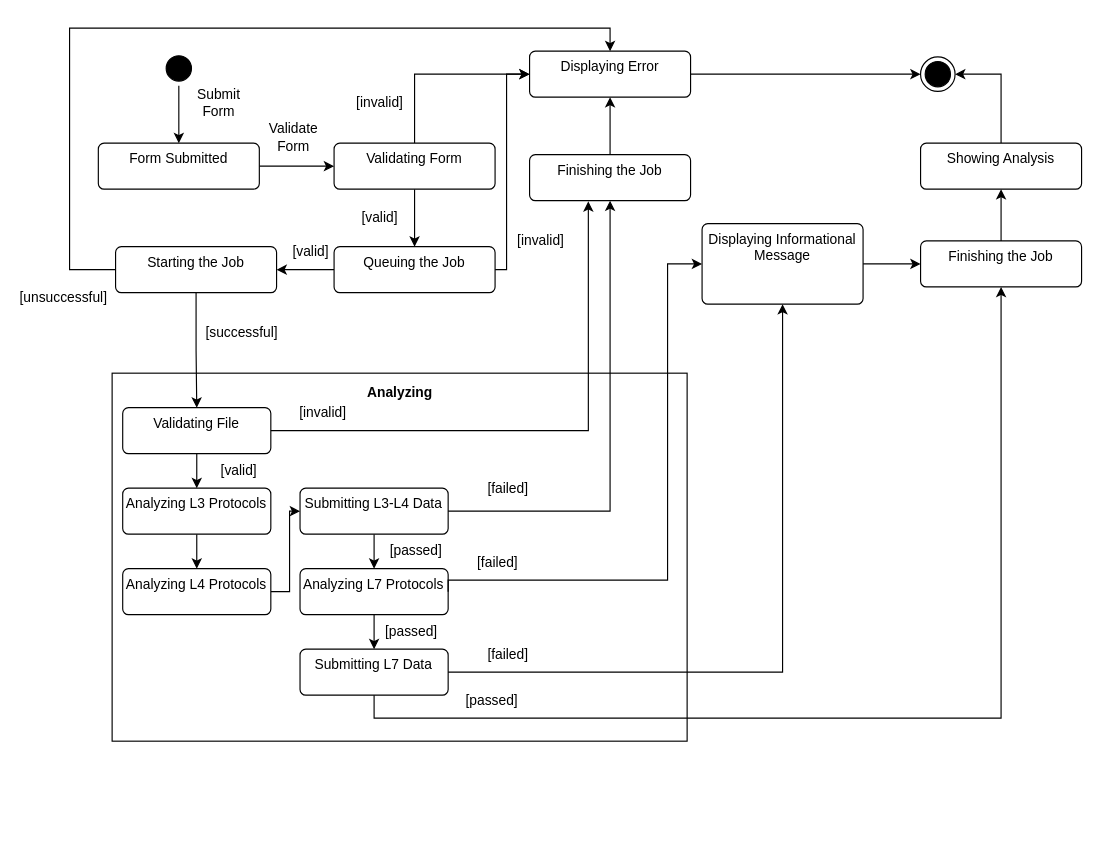
The draw.io diagram doc/WebShark_state_machine.drawio in Zabuelis/WebShark, before the edit. Source tidied: cells renumbered, new cells numbered last; positions are measured from the earlier drawing's top-left corner, leaving out a move shared by most shapes. Both pictures are drawn from the tidied source at 115%, with x=0, y=0 at pixel (29, 28).
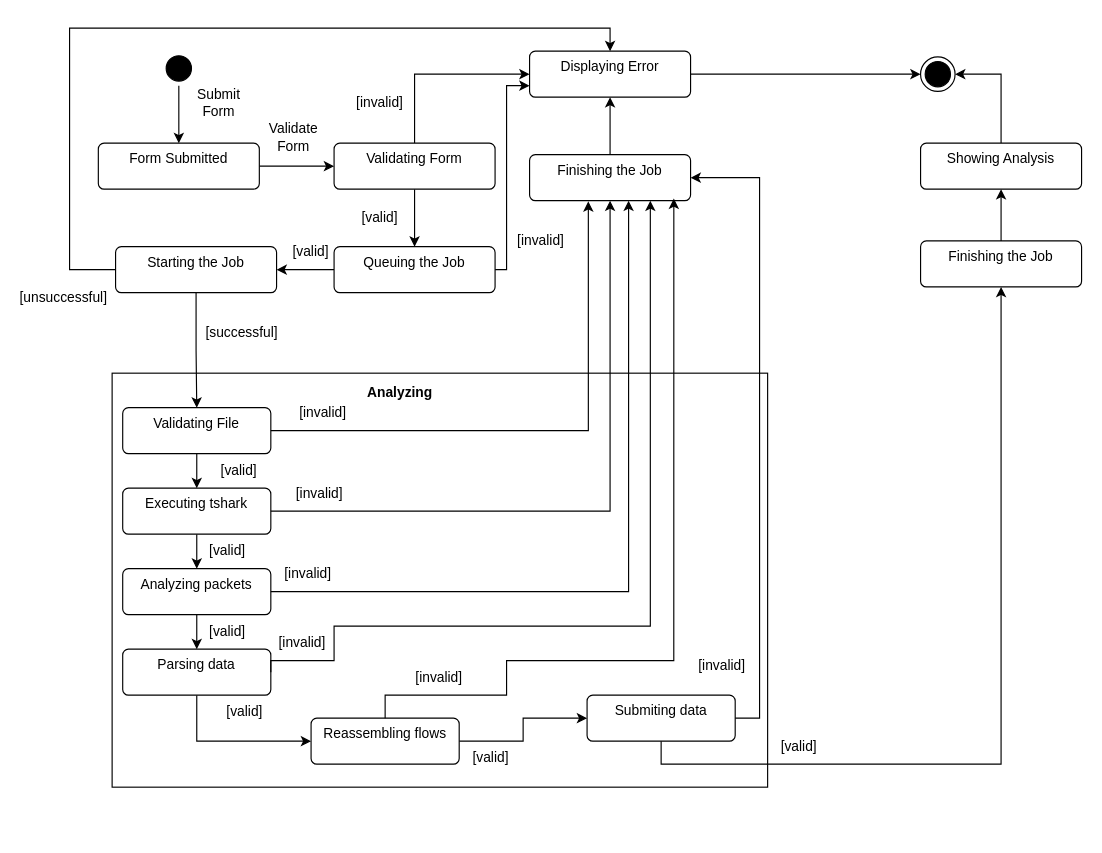
Above is the later version.

Commit message (it also covers changes not shown here):
Update state_machine to display flow reassembly

The change refers to these unchanged cells:
```xml
<mxCell id="10" value="Displaying Error" style="html=1;align=center;verticalAlign=top;rounded=1;absoluteArcSize=1;arcSize=10;dashed=0;whiteSpace=wrap;" parent="1" vertex="1">
  <mxGeometry x="435" y="20" width="140" height="40" as="geometry" />
</mxCell>
<mxCell id="13" style="group;" parent="1" vertex="1">
  <mxGeometry x="72" y="300" width="690" height="400" as="geometry" />
</mxCell>
<mxCell id="51" value="Finishing the Job" style="html=1;align=center;verticalAlign=top;rounded=1;absoluteArcSize=1;arcSize=10;dashed=0;whiteSpace=wrap;" parent="1" vertex="1">
  <mxGeometry x="775" y="185" width="140" height="40" as="geometry" />
</mxCell>
<mxCell id="55" value="Finishing the Job" style="html=1;align=center;verticalAlign=top;rounded=1;absoluteArcSize=1;arcSize=10;dashed=0;whiteSpace=wrap;" parent="1" vertex="1">
  <mxGeometry x="435" y="110" width="140" height="40" as="geometry" />
</mxCell>
<mxCell id="58" value="Queuing the Job" style="html=1;align=center;verticalAlign=top;rounded=1;absoluteArcSize=1;arcSize=10;dashed=0;whiteSpace=wrap;" parent="1" vertex="1">
  <mxGeometry x="265" y="190" width="140" height="40" as="geometry" />
</mxCell>
```

Diff of the diagram source:
```diff
@@
     <mxCell id="14" style="rounded=0;whiteSpace=wrap;html=1;" parent="13" vertex="1">
-      <mxGeometry width="500" height="320" as="geometry" />
+      <mxGeometry width="570" height="360" as="geometry" />
     </mxCell>
@@
-    <mxCell id="20" value="Analyzing L3 Protocols" style="html=1;align=center;verticalAlign=top;rounded=1;absoluteArcSize=1;arcSize=10;dashed=0;whiteSpace=wrap;" parent="13" vertex="1">
+    <mxCell id="20" value="Executing tshark" style="html=1;align=center;verticalAlign=top;rounded=1;absoluteArcSize=1;arcSize=10;dashed=0;whiteSpace=wrap;" parent="13" vertex="1">
       <mxGeometry x="9.2" y="100" width="128.8" height="40" as="geometry" />
     </mxCell>
@@
-    <mxCell id="22" style="edgeStyle=orthogonalEdgeStyle;rounded=0;jettySize=auto;html=1;exitX=1;exitY=0.5;exitDx=0;exitDy=0;entryX=0;entryY=0.5;entryDx=0;entryDy=0;" parent="13" edge="1" source="23" target="25">
-      <mxGeometry relative="1" as="geometry">
-        <Array as="points">
-          <mxPoint x="154.3" y="189.5" />
-          <mxPoint x="154.3" y="120" />
-        </Array>
-      </mxGeometry>
+    <mxCell id="22" style="edgeStyle=orthogonalEdgeStyle;rounded=0;jettySize=auto;html=1;exitX=0.5;exitY=1;exitDx=0;exitDy=0;entryX=0.5;entryY=0;entryDx=0;entryDy=0;" parent="13" edge="1" source="23" target="25">
+      <mxGeometry relative="1" as="geometry" />
     </mxCell>
-    <mxCell id="23" value="Analyzing L4 Protocols" style="html=1;align=center;verticalAlign=top;rounded=1;absoluteArcSize=1;arcSize=10;dashed=0;whiteSpace=wrap;" parent="13" vertex="1">
+    <mxCell id="23" value="Analyzing packets" style="html=1;align=center;verticalAlign=top;rounded=1;absoluteArcSize=1;arcSize=10;dashed=0;whiteSpace=wrap;" parent="13" vertex="1">
       <mxGeometry x="9.2" y="170" width="128.8" height="40" as="geometry" />
     </mxCell>
-    <mxCell id="24" style="edgeStyle=orthogonalEdgeStyle;rounded=0;jettySize=auto;html=1;exitX=0.5;exitY=1;exitDx=0;exitDy=0;entryX=0.5;entryY=0;entryDx=0;entryDy=0;" parent="13" edge="1" source="25" target="28">
-      <mxGeometry relative="1" as="geometry" />
-    </mxCell>
+    <mxCell id="61" style="edgeStyle=orthogonalEdgeStyle;rounded=0;jettySize=auto;html=1;exitX=0.5;exitY=1;exitDx=0;exitDy=0;entryX=0;entryY=0.5;entryDx=0;entryDy=0;" parent="13" edge="1" source="25" target="72">
+      <mxGeometry relative="1" as="geometry" />
+    </mxCell>
-    <mxCell id="25" value="Submitting L3-L4 Data" style="html=1;align=center;verticalAlign=top;rounded=1;absoluteArcSize=1;arcSize=10;dashed=0;whiteSpace=wrap;" parent="13" vertex="1">
-      <mxGeometry x="163.4" y="100" width="128.8" height="40" as="geometry" />
+    <mxCell id="25" value="Parsing data" style="html=1;align=center;verticalAlign=top;rounded=1;absoluteArcSize=1;arcSize=10;dashed=0;whiteSpace=wrap;" parent="13" vertex="1">
+      <mxGeometry x="9.2" y="240" width="128.8" height="40" as="geometry" />
     </mxCell>
-    <mxCell id="26" value="[failed]" style="text;html=1;whiteSpace=wrap;strokeColor=none;fillColor=none;align=center;verticalAlign=middle;rounded=0;" parent="13" vertex="1">
-      <mxGeometry x="317.4" y="85.7" width="55.2" height="30" as="geometry" />
-    </mxCell>
-    <mxCell id="27" style="edgeStyle=orthogonalEdgeStyle;rounded=0;jettySize=auto;html=1;exitX=0.5;exitY=1;exitDx=0;exitDy=0;entryX=0.5;entryY=0;entryDx=0;entryDy=0;" parent="13" edge="1" source="28" target="31">
-      <mxGeometry relative="1" as="geometry" />
-    </mxCell>
-    <mxCell id="28" value="Analyzing L7 Protocols" style="html=1;align=center;verticalAlign=top;rounded=1;absoluteArcSize=1;arcSize=10;dashed=0;whiteSpace=wrap;" parent="13" vertex="1">
-      <mxGeometry x="163.4" y="170" width="128.8" height="40" as="geometry" />
-    </mxCell>
-    <mxCell id="29" value="[passed]" style="text;html=1;whiteSpace=wrap;strokeColor=none;fillColor=none;align=center;verticalAlign=middle;rounded=0;" parent="13" vertex="1">
-      <mxGeometry x="237" y="140" width="55.2" height="30" as="geometry" />
-    </mxCell>
-    <mxCell id="30" value="[failed]" style="text;html=1;whiteSpace=wrap;strokeColor=none;fillColor=none;align=center;verticalAlign=middle;rounded=0;" parent="13" vertex="1">
-      <mxGeometry x="308.2" y="150" width="55.2" height="30" as="geometry" />
-    </mxCell>
-    <mxCell id="31" value="Submitting L7 Data" style="html=1;align=center;verticalAlign=top;rounded=1;absoluteArcSize=1;arcSize=10;dashed=0;whiteSpace=wrap;" parent="13" vertex="1">
-      <mxGeometry x="163.4" y="240" width="128.8" height="40" as="geometry" />
-    </mxCell>
-    <mxCell id="32" value="[passed]" style="text;html=1;whiteSpace=wrap;strokeColor=none;fillColor=none;align=center;verticalAlign=middle;rounded=0;" parent="13" vertex="1">
-      <mxGeometry x="233" y="210" width="55.2" height="30" as="geometry" />
-    </mxCell>
-    <mxCell id="33" value="[failed]" style="text;html=1;whiteSpace=wrap;strokeColor=none;fillColor=none;align=center;verticalAlign=middle;rounded=0;" parent="13" vertex="1">
-      <mxGeometry x="317.4" y="230" width="55.2" height="30" as="geometry" />
-    </mxCell>
-    <mxCell id="34" value="[passed]" style="text;html=1;whiteSpace=wrap;strokeColor=none;fillColor=none;align=center;verticalAlign=middle;rounded=0;" parent="13" vertex="1">
-      <mxGeometry x="303" y="270" width="55.2" height="30" as="geometry" />
-    </mxCell>
+    <mxCell id="62" value="[invalid]" style="text;html=1;whiteSpace=wrap;strokeColor=none;fillColor=none;align=center;verticalAlign=middle;rounded=0;" parent="13" vertex="1">
+      <mxGeometry x="153" y="90" width="55.2" height="30" as="geometry" />
+    </mxCell>
+    <mxCell id="63" value="[valid]" style="text;html=1;whiteSpace=wrap;strokeColor=none;fillColor=none;align=center;verticalAlign=middle;rounded=0;" parent="13" vertex="1">
+      <mxGeometry x="73" y="140" width="55.2" height="30" as="geometry" />
+    </mxCell>
+    <mxCell id="64" value="[invalid]" style="text;html=1;whiteSpace=wrap;strokeColor=none;fillColor=none;align=center;verticalAlign=middle;rounded=0;" parent="13" vertex="1">
+      <mxGeometry x="143" y="160" width="55.2" height="30" as="geometry" />
+    </mxCell>
+    <mxCell id="65" value="Submiting data" style="html=1;align=center;verticalAlign=top;rounded=1;absoluteArcSize=1;arcSize=10;dashed=0;whiteSpace=wrap;" parent="13" vertex="1">
+      <mxGeometry x="413" y="280" width="128.8" height="40" as="geometry" />
+    </mxCell>
+    <mxCell id="66" value="[invalid]" style="text;html=1;whiteSpace=wrap;strokeColor=none;fillColor=none;align=center;verticalAlign=middle;rounded=0;" parent="13" vertex="1">
+      <mxGeometry x="138" y="220" width="55.2" height="30" as="geometry" />
+    </mxCell>
+    <mxCell id="67" value="[valid]" style="text;html=1;whiteSpace=wrap;strokeColor=none;fillColor=none;align=center;verticalAlign=middle;rounded=0;" parent="13" vertex="1">
+      <mxGeometry x="73" y="210" width="55.2" height="30" as="geometry" />
+    </mxCell>
+    <mxCell id="68" value="[valid]" style="text;html=1;whiteSpace=wrap;strokeColor=none;fillColor=none;align=center;verticalAlign=middle;rounded=0;" parent="13" vertex="1">
+      <mxGeometry x="87.8" y="280" width="55.2" height="30" as="geometry" />
+    </mxCell>
+    <mxCell id="69" value="[invalid]" style="text;html=1;whiteSpace=wrap;strokeColor=none;fillColor=none;align=center;verticalAlign=middle;rounded=0;" parent="13" vertex="1">
+      <mxGeometry x="503" y="240" width="55.2" height="30" as="geometry" />
+    </mxCell>
+    <mxCell id="70" value="[valid]" style="text;html=1;whiteSpace=wrap;strokeColor=none;fillColor=none;align=center;verticalAlign=middle;rounded=0;" parent="13" vertex="1">
+      <mxGeometry x="570" y="310" width="55.2" height="30" as="geometry" />
+    </mxCell>
+    <mxCell id="71" style="edgeStyle=orthogonalEdgeStyle;rounded=0;jettySize=auto;html=1;exitX=1;exitY=0.5;exitDx=0;exitDy=0;entryX=0;entryY=0.5;entryDx=0;entryDy=0;" parent="13" edge="1" source="72" target="65">
+      <mxGeometry relative="1" as="geometry" />
+    </mxCell>
+    <mxCell id="72" value="Reassembling flows" style="html=1;align=center;verticalAlign=top;rounded=1;absoluteArcSize=1;arcSize=10;dashed=0;whiteSpace=wrap;" parent="13" vertex="1">
+      <mxGeometry x="173" y="300" width="128.8" height="40" as="geometry" />
+    </mxCell>
+    <mxCell id="73" value="[invalid]" style="text;html=1;whiteSpace=wrap;strokeColor=none;fillColor=none;align=center;verticalAlign=middle;rounded=0;" parent="13" vertex="1">
+      <mxGeometry x="257.4" y="250" width="55.2" height="30" as="geometry" />
+    </mxCell>
+    <mxCell id="74" value="[valid]" style="text;html=1;whiteSpace=wrap;strokeColor=none;fillColor=none;align=center;verticalAlign=middle;rounded=0;" parent="13" vertex="1">
+      <mxGeometry x="301.8" y="320" width="55.2" height="30" as="geometry" />
+    </mxCell>
@@
-    <mxCell id="45" style="edgeStyle=orthogonalEdgeStyle;rounded=0;jettySize=auto;html=1;exitX=1;exitY=0.5;exitDx=0;exitDy=0;entryX=0;entryY=0.5;entryDx=0;entryDy=0;" parent="1" edge="1" source="46" target="51">
-      <mxGeometry relative="1" as="geometry" />
-    </mxCell>
-    <mxCell id="46" value="Displaying Informational Message" style="html=1;align=center;verticalAlign=top;rounded=1;absoluteArcSize=1;arcSize=10;dashed=0;whiteSpace=wrap;" parent="1" vertex="1">
-      <mxGeometry x="585" y="170" width="140" height="70" as="geometry" />
-    </mxCell>
@@
-    <mxCell id="49" style="edgeStyle=orthogonalEdgeStyle;rounded=0;jettySize=auto;html=1;exitX=1;exitY=0.5;exitDx=0;exitDy=0;entryX=0;entryY=0.5;entryDx=0;entryDy=0;" parent="1" edge="1" source="28" target="46">
-      <mxGeometry relative="1" as="geometry">
-        <Array as="points">
-          <mxPoint x="555" y="480" />
-          <mxPoint x="555" y="205" />
-        </Array>
-      </mxGeometry>
-    </mxCell>
@@
-    <mxCell id="52" style="edgeStyle=orthogonalEdgeStyle;rounded=0;jettySize=auto;html=1;exitX=0.5;exitY=1;exitDx=0;exitDy=0;entryX=0.5;entryY=1;entryDx=0;entryDy=0;" parent="1" edge="1" source="31" target="51">
-      <mxGeometry relative="1" as="geometry" />
-    </mxCell>
-    <mxCell id="53" style="edgeStyle=orthogonalEdgeStyle;rounded=0;jettySize=auto;html=1;exitX=1;exitY=0.5;exitDx=0;exitDy=0;entryX=0.5;entryY=1;entryDx=0;entryDy=0;" parent="1" edge="1" source="31" target="46">
-      <mxGeometry relative="1" as="geometry" />
-    </mxCell>
-    <mxCell id="54" style="edgeStyle=orthogonalEdgeStyle;rounded=0;jettySize=auto;html=1;exitX=1;exitY=0.5;exitDx=0;exitDy=0;entryX=0.5;entryY=1;entryDx=0;entryDy=0;" parent="1" edge="1" source="25" target="55">
-      <mxGeometry relative="1" as="geometry" />
-    </mxCell>
@@
-    <mxCell id="57" style="edgeStyle=orthogonalEdgeStyle;rounded=0;jettySize=auto;html=1;exitX=1;exitY=0.5;exitDx=0;exitDy=0;entryX=0;entryY=0.5;entryDx=0;entryDy=0;" parent="1" edge="1" source="58" target="10">
+    <mxCell id="57" style="edgeStyle=orthogonalEdgeStyle;rounded=0;jettySize=auto;html=1;exitX=1;exitY=0.5;exitDx=0;exitDy=0;entryX=0;entryY=0.75;entryDx=0;entryDy=0;" parent="1" edge="1" source="58" target="10">
       <mxGeometry relative="1" as="geometry">
         <Array as="points">
           <mxPoint x="415" y="210" />
-          <mxPoint x="415" y="40" />
+          <mxPoint x="415" y="50" />
         </Array>
       </mxGeometry>
     </mxCell>
@@
+    <mxCell id="75" style="edgeStyle=orthogonalEdgeStyle;rounded=0;jettySize=auto;html=1;exitX=1;exitY=0.5;exitDx=0;exitDy=0;entryX=0.5;entryY=1;entryDx=0;entryDy=0;" parent="1" edge="1" source="20" target="55">
+      <mxGeometry relative="1" as="geometry" />
+    </mxCell>
+    <mxCell id="76" style="edgeStyle=orthogonalEdgeStyle;rounded=0;jettySize=auto;html=1;exitX=1;exitY=0.5;exitDx=0;exitDy=0;entryX=0.615;entryY=1.001;entryDx=0;entryDy=0;entryPerimeter=0;" parent="1" edge="1" source="23" target="55">
+      <mxGeometry relative="1" as="geometry" />
+    </mxCell>
+    <mxCell id="77" style="edgeStyle=orthogonalEdgeStyle;rounded=0;jettySize=auto;html=1;exitX=0.5;exitY=1;exitDx=0;exitDy=0;entryX=0.5;entryY=1;entryDx=0;entryDy=0;" parent="1" edge="1" source="65" target="51">
+      <mxGeometry relative="1" as="geometry" />
+    </mxCell>
+    <mxCell id="54" style="edgeStyle=orthogonalEdgeStyle;rounded=0;jettySize=auto;html=1;exitX=1;exitY=0.5;exitDx=0;exitDy=0;entryX=0.75;entryY=1;entryDx=0;entryDy=0;" parent="1" edge="1" source="25" target="55">
+      <mxGeometry relative="1" as="geometry">
+        <Array as="points">
+          <mxPoint x="265" y="550" />
+          <mxPoint x="265" y="520" />
+          <mxPoint x="540" y="520" />
+        </Array>
+      </mxGeometry>
+    </mxCell>
+    <mxCell id="78" style="edgeStyle=orthogonalEdgeStyle;rounded=0;jettySize=auto;html=1;exitX=1;exitY=0.5;exitDx=0;exitDy=0;entryX=1;entryY=0.5;entryDx=0;entryDy=0;" parent="1" edge="1" source="65" target="55">
+      <mxGeometry relative="1" as="geometry">
+        <Array as="points">
+          <mxPoint x="635" y="600" />
+          <mxPoint x="635" y="130" />
+        </Array>
+      </mxGeometry>
+    </mxCell>
+    <mxCell id="79" style="edgeStyle=orthogonalEdgeStyle;rounded=0;jettySize=auto;html=1;exitX=0.5;exitY=0;exitDx=0;exitDy=0;entryX=0.896;entryY=0.954;entryDx=0;entryDy=0;entryPerimeter=0;" parent="1" edge="1" source="72" target="55">
+      <mxGeometry relative="1" as="geometry">
+        <Array as="points">
+          <mxPoint x="309" y="580" />
+          <mxPoint x="415" y="580" />
+          <mxPoint x="415" y="550" />
+          <mxPoint x="560" y="550" />
+        </Array>
+      </mxGeometry>
+    </mxCell>
```
